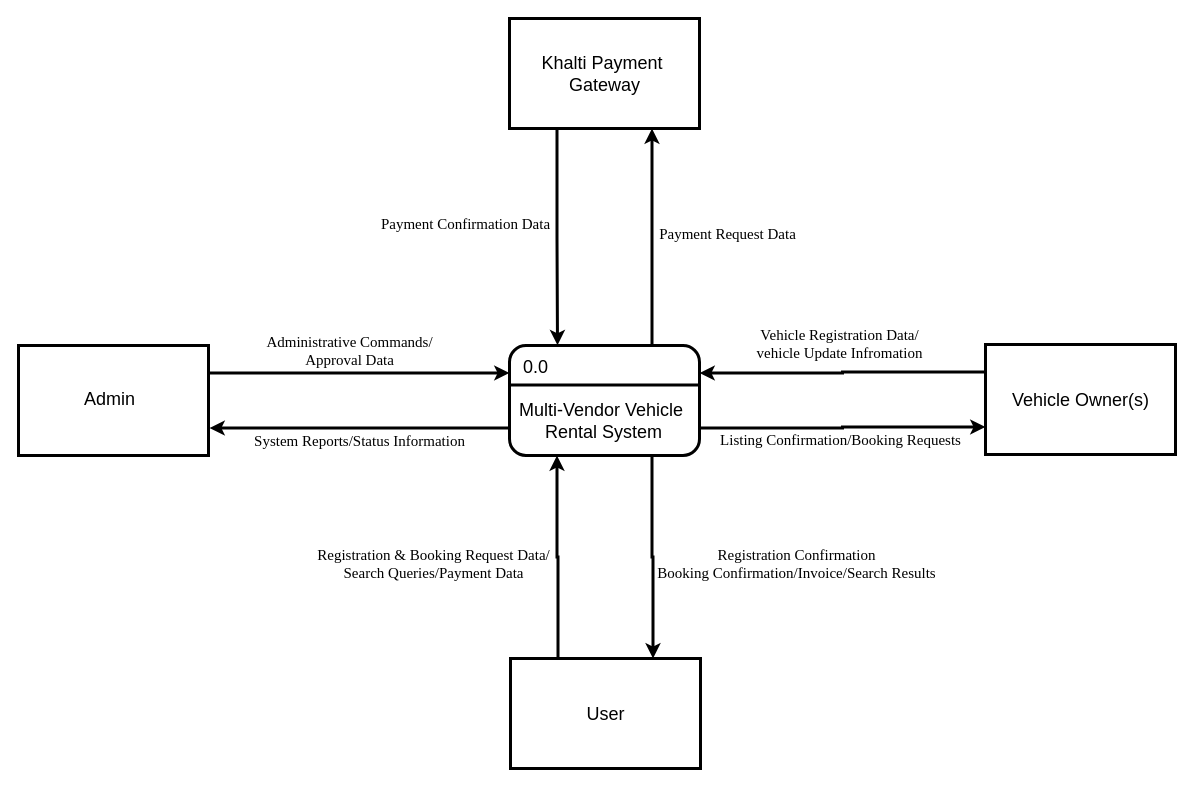
Earlier version of the draw.io diagram page "Context Level" (1 of 3) of DFD.drawio (nischal108/RentWheels-4th-sem-project). Source tidied: cells renumbered, new cells numbered last; positions are measured from the earlier drawing's top-left corner, leaving out a move shared by most shapes. Both pictures are drawn from the tidied source at 100%, with x=0, y=0 at pixel (18, 18).
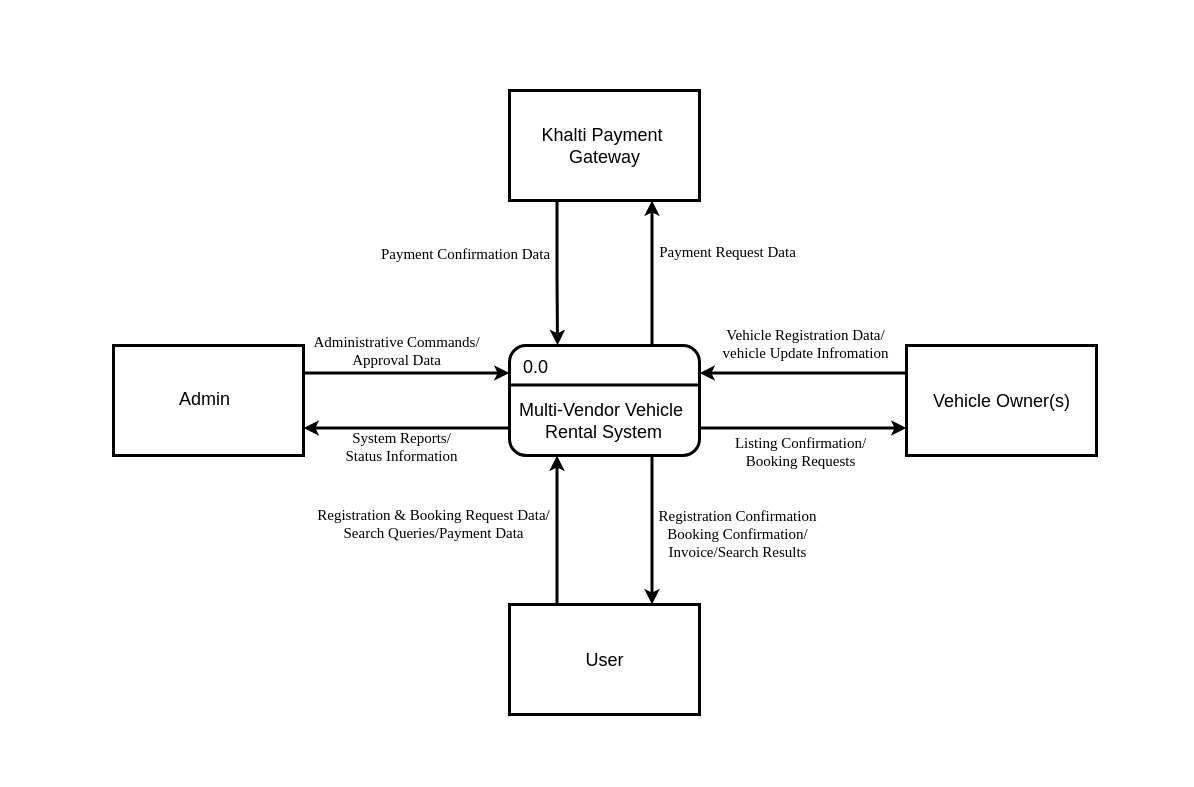
Above is the later version.

Unchanged cells that the change refers to:
```xml
<mxCell id="6" style="rounded=1;whiteSpace=wrap;html=3;strokeColor=light-dark(#000000,#FFFFFF);strokeWidth=3;" parent="1" vertex="1">
  <mxGeometry x="491" y="327" width="190" height="110" as="geometry" />
</mxCell>
```

What changed in the source:
```diff
@@
-    <mxCell id="4" style="edgeStyle=orthogonalEdgeStyle;rounded=0;jettySize=auto;html=1;exitX=0;exitY=0.75;exitDx=0;exitDy=0;strokeWidth=3;" parent="1" edge="1" source="6">
-      <mxGeometry relative="1" as="geometry">
-        <mxPoint x="191" y="409.5" as="targetPoint" />
-      </mxGeometry>
+    <mxCell id="4" style="edgeStyle=orthogonalEdgeStyle;rounded=0;jettySize=auto;html=1;exitX=0;exitY=0.75;exitDx=0;exitDy=0;strokeWidth=3;entryX=1;entryY=0.75;entryDx=0;entryDy=0;" parent="1" edge="1" source="6" target="11">
+      <mxGeometry relative="1" as="geometry" />
     </mxCell>
@@
-    <mxCell id="11" style="rounded=0;whiteSpace=wrap;html=3;strokeColor=light-dark(#000000,#FFFFFF);strokeWidth=3;" parent="1" vertex="1">
-      <mxGeometry y="327" width="190" height="110" as="geometry" />
-    </mxCell>
     <mxCell id="12" style="group;" parent="1" vertex="1">
-      <mxGeometry x="967" y="326" width="190" height="110" as="geometry" />
+      <mxGeometry x="888" y="327" width="190" height="110" as="geometry" />
     </mxCell>
@@
     <mxCell id="15" style="group;" parent="1" vertex="1">
-      <mxGeometry x="492" y="640" width="190" height="110" as="geometry" />
+      <mxGeometry x="491" y="586" width="190" height="110" as="geometry" />
     </mxCell>
@@
-    <mxCell id="18" value="&lt;div&gt;&lt;span style=&quot;font-size: 18px;&quot;&gt;Admin&lt;/span&gt;&lt;/div&gt;" style="text;html=1;align=center;verticalAlign=middle;strokeColor=none;fillColor=none;" parent="1" vertex="1">
-      <mxGeometry x="56" y="361" width="70" height="40" as="geometry" />
-    </mxCell>
@@
     <mxCell id="20" value="&lt;div&gt;&lt;font face=&quot;Times New Roman&quot; style=&quot;font-size: 15px;&quot;&gt;Vehicle Registration Data/&lt;/font&gt;&lt;/div&gt;&lt;div&gt;&lt;font face=&quot;Times New Roman&quot; style=&quot;font-size: 15px;&quot;&gt;&lt;span style=&quot;background-color: transparent; color: light-dark(rgb(0, 0, 0), rgb(255, 255, 255));&quot;&gt;vehicle Update Infromation&lt;/span&gt;&lt;/font&gt;&lt;/div&gt;" style="text;html=1;align=center;verticalAlign=middle;strokeColor=none;fillColor=none;strokeWidth=1;" parent="1" vertex="1">
-      <mxGeometry x="726" y="300" width="190" height="50" as="geometry" />
+      <mxGeometry x="692" y="300" width="190" height="50" as="geometry" />
     </mxCell>
-    <mxCell id="21" value="&lt;font face=&quot;Times New Roman&quot;&gt;&lt;span style=&quot;font-size: 15px;&quot;&gt;Listing Confirmation/Booking Requests&lt;/span&gt;&lt;/font&gt;" style="text;html=1;align=center;verticalAlign=middle;strokeColor=none;fillColor=none;strokeWidth=1;" parent="1" vertex="1">
-      <mxGeometry x="692" y="406" width="260" height="30" as="geometry" />
+    <mxCell id="21" value="&lt;font face=&quot;Times New Roman&quot;&gt;&lt;span style=&quot;font-size: 15px;&quot;&gt;Listing Confirmation/&lt;/span&gt;&lt;/font&gt;&lt;div&gt;&lt;font face=&quot;Times New Roman&quot;&gt;&lt;span style=&quot;font-size: 15px;&quot;&gt;Booking Requests&lt;/span&gt;&lt;/font&gt;&lt;/div&gt;" style="text;html=1;align=center;verticalAlign=middle;strokeColor=none;fillColor=none;strokeWidth=1;" parent="1" vertex="1">
+      <mxGeometry x="707" y="408" width="150" height="50" as="geometry" />
     </mxCell>
@@
     <mxCell id="23" value="&lt;font face=&quot;Times New Roman&quot;&gt;&lt;span style=&quot;font-size: 15px;&quot;&gt;Registration &amp;amp; Booking Request Data/&lt;/span&gt;&lt;/font&gt;&lt;div&gt;&lt;font face=&quot;Times New Roman&quot;&gt;&lt;span style=&quot;font-size: 15px;&quot;&gt;Search Queries/Payment Data&lt;/span&gt;&lt;/font&gt;&lt;/div&gt;" style="text;html=1;align=center;verticalAlign=middle;strokeColor=none;fillColor=none;strokeWidth=1;" parent="1" vertex="1">
-      <mxGeometry x="285" y="520" width="260" height="50" as="geometry" />
+      <mxGeometry x="285" y="480" width="260" height="50" as="geometry" />
     </mxCell>
-    <mxCell id="24" value="&lt;font face=&quot;Times New Roman&quot;&gt;&lt;span style=&quot;font-size: 15px;&quot;&gt;Registration Confirmation&lt;/span&gt;&lt;/font&gt;&lt;div&gt;&lt;font face=&quot;Times New Roman&quot;&gt;&lt;span style=&quot;font-size: 15px;&quot;&gt;Booking Confirmation/Invoice/Search Results&lt;/span&gt;&lt;/font&gt;&lt;/div&gt;" style="text;html=1;align=center;verticalAlign=middle;strokeColor=none;fillColor=none;strokeWidth=1;" parent="1" vertex="1">
-      <mxGeometry x="628" y="520" width="300" height="50" as="geometry" />
+    <mxCell id="24" value="&lt;font face=&quot;Times New Roman&quot;&gt;&lt;span style=&quot;font-size: 15px;&quot;&gt;Registration Confirmation&lt;/span&gt;&lt;/font&gt;&lt;div&gt;&lt;font face=&quot;Times New Roman&quot;&gt;&lt;span style=&quot;font-size: 15px;&quot;&gt;Booking Confirmation/&lt;/span&gt;&lt;/font&gt;&lt;/div&gt;&lt;div&gt;&lt;font face=&quot;Times New Roman&quot;&gt;&lt;span style=&quot;font-size: 15px;&quot;&gt;Invoice/Search Results&lt;/span&gt;&lt;/font&gt;&lt;/div&gt;" style="text;html=1;align=center;verticalAlign=middle;strokeColor=none;fillColor=none;strokeWidth=1;" parent="1" vertex="1">
+      <mxGeometry x="629" y="480" width="180" height="70" as="geometry" />
     </mxCell>
     <mxCell id="25" value="&lt;font face=&quot;Times New Roman&quot;&gt;&lt;span style=&quot;font-size: 15px;&quot;&gt;Administrative Commands/&lt;/span&gt;&lt;/font&gt;&lt;div&gt;&lt;font face=&quot;Times New Roman&quot;&gt;&lt;span style=&quot;font-size: 15px;&quot;&gt;Approval Data&lt;/span&gt;&lt;/font&gt;&lt;/div&gt;" style="text;html=1;align=center;verticalAlign=middle;strokeColor=none;fillColor=none;strokeWidth=1;" parent="1" vertex="1">
-      <mxGeometry x="236" y="307" width="190" height="50" as="geometry" />
+      <mxGeometry x="283" y="307" width="190" height="50" as="geometry" />
     </mxCell>
-    <mxCell id="26" value="&lt;div&gt;&lt;font face=&quot;Times New Roman&quot;&gt;&lt;span style=&quot;font-size: 15px;&quot;&gt;System Reports/&lt;/span&gt;&lt;/font&gt;&lt;span style=&quot;font-size: 15px; font-family: &amp;quot;Times New Roman&amp;quot;; background-color: transparent; color: light-dark(rgb(0, 0, 0), rgb(255, 255, 255));&quot;&gt;Status Information&lt;/span&gt;&lt;/div&gt;" style="text;html=1;align=center;verticalAlign=middle;strokeColor=none;fillColor=none;strokeWidth=1;" parent="1" vertex="1">
-      <mxGeometry x="226" y="407" width="230" height="30" as="geometry" />
+    <mxCell id="26" value="&lt;div&gt;&lt;font face=&quot;Times New Roman&quot;&gt;&lt;span style=&quot;font-size: 15px;&quot;&gt;System Reports/&lt;/span&gt;&lt;/font&gt;&lt;/div&gt;&lt;div&gt;&lt;span style=&quot;font-size: 15px; font-family: &amp;quot;Times New Roman&amp;quot;; background-color: transparent; color: light-dark(rgb(0, 0, 0), rgb(255, 255, 255));&quot;&gt;Status Information&lt;/span&gt;&lt;/div&gt;" style="text;html=1;align=center;verticalAlign=middle;strokeColor=none;fillColor=none;strokeWidth=1;" parent="1" vertex="1">
+      <mxGeometry x="313" y="403" width="140" height="50" as="geometry" />
     </mxCell>
     <mxCell id="27" style="group;strokeWidth=3;" parent="1" vertex="1">
-      <mxGeometry x="491" width="190" height="110" as="geometry" />
+      <mxGeometry x="491" y="72" width="190" height="110" as="geometry" />
     </mxCell>
@@
     <mxCell id="31" value="&lt;font face=&quot;Times New Roman&quot;&gt;&lt;span style=&quot;font-size: 15px;&quot;&gt;Payment Request Data&lt;/span&gt;&lt;/font&gt;" style="text;html=1;align=center;verticalAlign=middle;strokeColor=none;fillColor=none;strokeWidth=1;" parent="1" vertex="1">
-      <mxGeometry x="629" y="200" width="160" height="30" as="geometry" />
+      <mxGeometry x="629" y="218" width="160" height="30" as="geometry" />
     </mxCell>
     <mxCell id="32" value="&lt;div&gt;&lt;font face=&quot;Times New Roman&quot;&gt;&lt;span style=&quot;font-size: 15px;&quot;&gt;Payment Confirmation Data&lt;/span&gt;&lt;/font&gt;&lt;/div&gt;" style="text;html=1;align=center;verticalAlign=middle;strokeColor=none;fillColor=none;strokeWidth=1;" parent="1" vertex="1">
-      <mxGeometry x="352" y="190" width="190" height="30" as="geometry" />
+      <mxGeometry x="352" y="220" width="190" height="30" as="geometry" />
     </mxCell>
+    <mxCell id="33" style="group;" parent="1" vertex="1">
+      <mxGeometry x="95" y="327" width="190" height="110" as="geometry" />
+    </mxCell>
+    <mxCell id="11" style="rounded=0;whiteSpace=wrap;html=3;strokeColor=light-dark(#000000,#FFFFFF);strokeWidth=3;" parent="33" vertex="1">
+      <mxGeometry width="190" height="110" as="geometry" />
+    </mxCell>
+    <mxCell id="18" value="&lt;div&gt;&lt;span style=&quot;font-size: 18px;&quot;&gt;Admin&lt;/span&gt;&lt;/div&gt;" style="text;html=1;align=center;verticalAlign=middle;strokeColor=none;fillColor=none;" parent="33" vertex="1">
+      <mxGeometry x="56" y="34" width="70" height="40" as="geometry" />
+    </mxCell>
```
